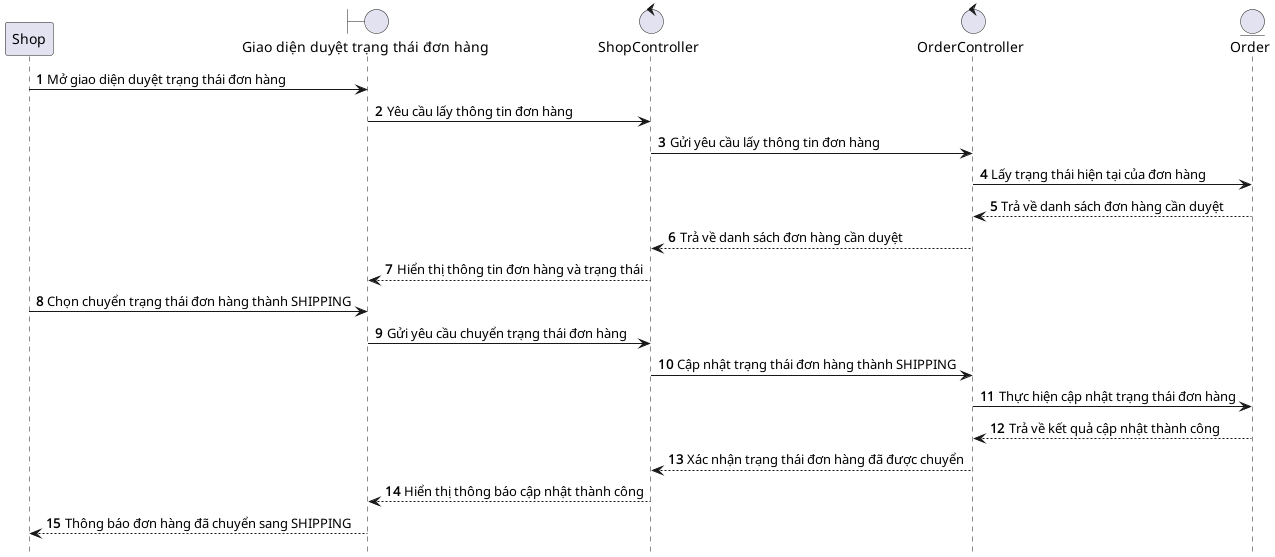
Before: client/out/uml/sequence/confirmProductShop/ApproveOrderComplete.png, a diagram exported from PlantUML (tuandev1l/e-commerce-code).
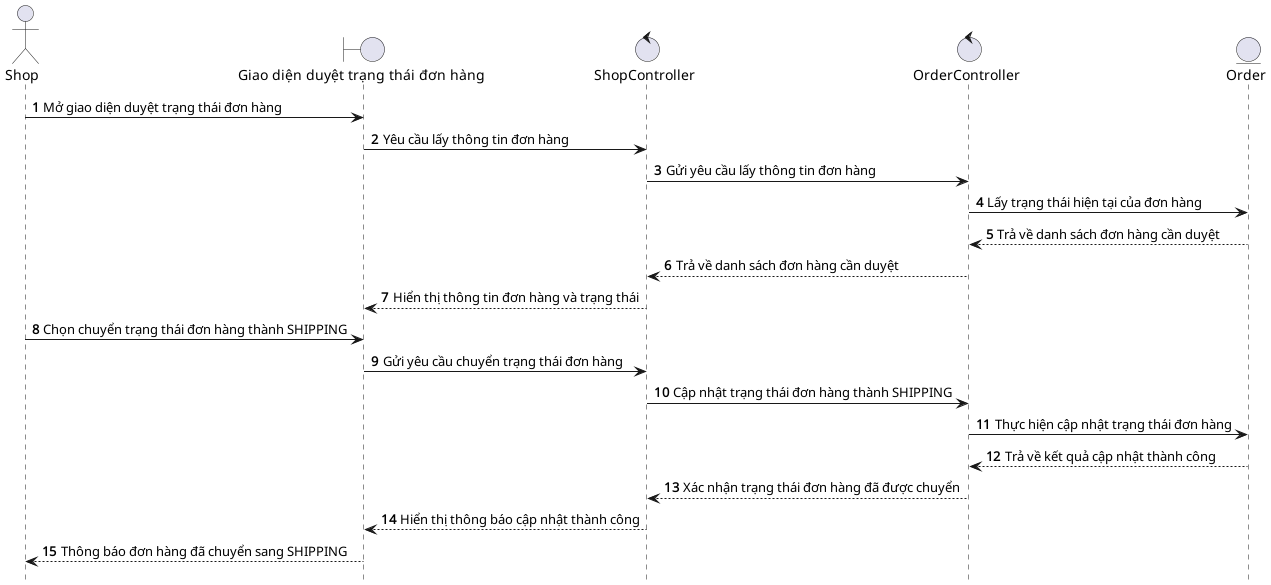
The same file after the commit.

The edit, as a diff of the source:
```diff
@@ -2,7 +2,7 @@
 
 hide footbox
 autonumber
-participant Shop as shop
+actor Shop as shop
 boundary "Giao diện duyệt trạng thái đơn hàng" as orderStatusUI
 control "ShopController" as shopController
 control "OrderController" as orderController
```
